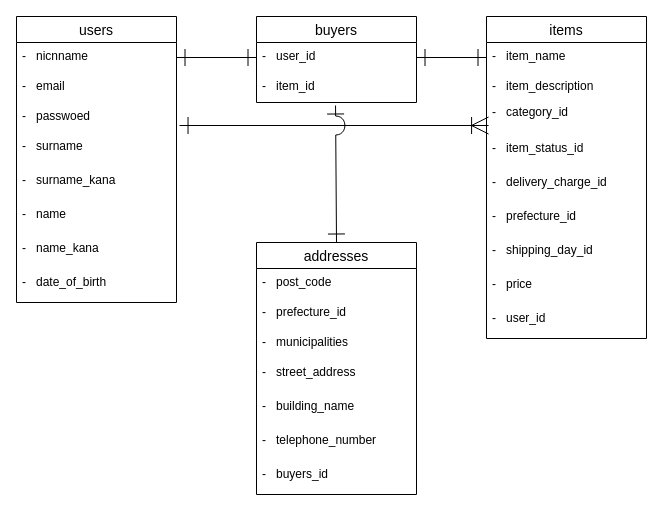
Riokyanpu/furima-40443 keeps this draw.io diagram as furima.dio. Above is the earlier version. Source tidied: cells renumbered, new cells numbered last; positions are measured from the earlier drawing's top-left corner, leaving out a move shared by most shapes. Both pictures are drawn from the tidied source at 100%, with x=0, y=0 at pixel (16, 16).
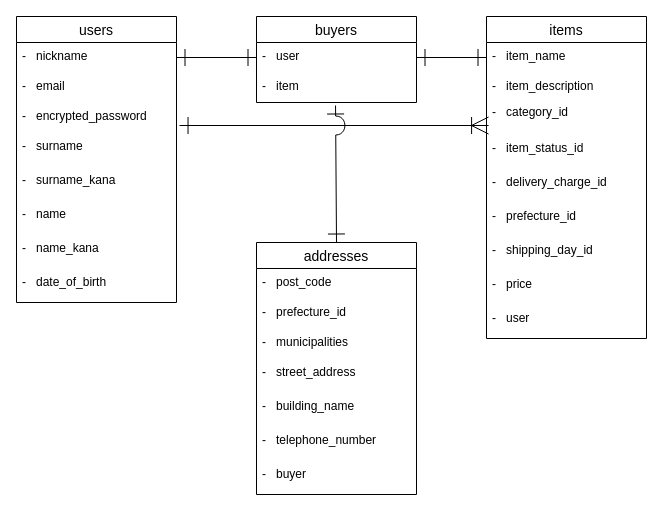
Above is the later version.

Unchanged cells that the change refers to:
```xml
<mxCell id="2" value="users" style="swimlane;fontStyle=0;horizontal=1;startSize=26;align=center;fontSize=14;" parent="1" vertex="1">
  <mxGeometry width="160" height="286" as="geometry" />
</mxCell>
<mxCell id="12" value="items" style="swimlane;fontStyle=0;horizontal=1;startSize=26;align=center;fontSize=14;" parent="1" vertex="1">
  <mxGeometry x="470" width="160" height="322" as="geometry" />
</mxCell>
<mxCell id="22" value="addresses" style="swimlane;fontStyle=0;horizontal=1;startSize=26;align=center;fontSize=14;" parent="1" vertex="1">
  <mxGeometry x="240" y="226" width="160" height="252" as="geometry" />
</mxCell>
<mxCell id="30" value="buyers" style="swimlane;fontStyle=0;horizontal=1;startSize=26;align=center;fontSize=14;" parent="1" vertex="1">
  <mxGeometry x="240" width="160" height="86" as="geometry" />
</mxCell>
```

Diff of the diagram source:
```diff
@@
-    <mxCell id="3" value="-   nicnname" style="text;strokeColor=none;fillColor=none;spacingLeft=4;spacingRight=4;overflow=hidden;points=[[0,0.5],[1,0.5]];portConstraint=eastwest;fontSize=12;" parent="2" vertex="1">
+    <mxCell id="3" value="-   nickname" style="text;strokeColor=none;fillColor=none;spacingLeft=4;spacingRight=4;overflow=hidden;points=[[0,0.5],[1,0.5]];portConstraint=eastwest;fontSize=12;" parent="2" vertex="1">
       <mxGeometry y="26" width="160" height="30" as="geometry" />
     </mxCell>
@@
-    <mxCell id="5" value="-   passwoed&#10;" style="text;strokeColor=none;fillColor=none;spacingLeft=4;spacingRight=4;overflow=hidden;points=[[0,0.5],[1,0.5]];portConstraint=eastwest;fontSize=12;" parent="2" vertex="1">
+    <mxCell id="5" value="-   encrypted_password&#10;" style="text;strokeColor=none;fillColor=none;spacingLeft=4;spacingRight=4;overflow=hidden;points=[[0,0.5],[1,0.5]];portConstraint=eastwest;fontSize=12;" parent="2" vertex="1">
       <mxGeometry y="86" width="160" height="30" as="geometry" />
     </mxCell>
@@
-    <mxCell id="21" value="-   user_id&#10;" style="text;strokeColor=none;fillColor=none;spacingLeft=4;spacingRight=4;overflow=hidden;fontSize=12;" parent="12" vertex="1">
+    <mxCell id="21" value="-   user&#10;" style="text;strokeColor=none;fillColor=none;spacingLeft=4;spacingRight=4;overflow=hidden;fontSize=12;" parent="12" vertex="1">
       <mxGeometry y="288" width="160" height="34" as="geometry" />
     </mxCell>
@@
-    <mxCell id="29" value="-   buyers_id" style="text;strokeColor=none;fillColor=none;spacingLeft=4;spacingRight=4;overflow=hidden;fontSize=12;" parent="22" vertex="1">
+    <mxCell id="29" value="-   buyer" style="text;strokeColor=none;fillColor=none;spacingLeft=4;spacingRight=4;overflow=hidden;fontSize=12;" parent="22" vertex="1">
       <mxGeometry y="218" width="160" height="34" as="geometry" />
     </mxCell>
@@
-    <mxCell id="31" value="-   user_id" style="text;strokeColor=none;fillColor=none;spacingLeft=4;spacingRight=4;overflow=hidden;points=[[0,0.5],[1,0.5]];portConstraint=eastwest;fontSize=12;" parent="30" vertex="1">
+    <mxCell id="31" value="-   user" style="text;strokeColor=none;fillColor=none;spacingLeft=4;spacingRight=4;overflow=hidden;points=[[0,0.5],[1,0.5]];portConstraint=eastwest;fontSize=12;" parent="30" vertex="1">
       <mxGeometry y="26" width="160" height="30" as="geometry" />
     </mxCell>
-    <mxCell id="32" value="-   item_id" style="text;strokeColor=none;fillColor=none;spacingLeft=4;spacingRight=4;overflow=hidden;points=[[0,0.5],[1,0.5]];portConstraint=eastwest;fontSize=12;" parent="30" vertex="1">
+    <mxCell id="32" value="-   item" style="text;strokeColor=none;fillColor=none;spacingLeft=4;spacingRight=4;overflow=hidden;points=[[0,0.5],[1,0.5]];portConstraint=eastwest;fontSize=12;" parent="30" vertex="1">
       <mxGeometry y="56" width="160" height="30" as="geometry" />
     </mxCell>
```
